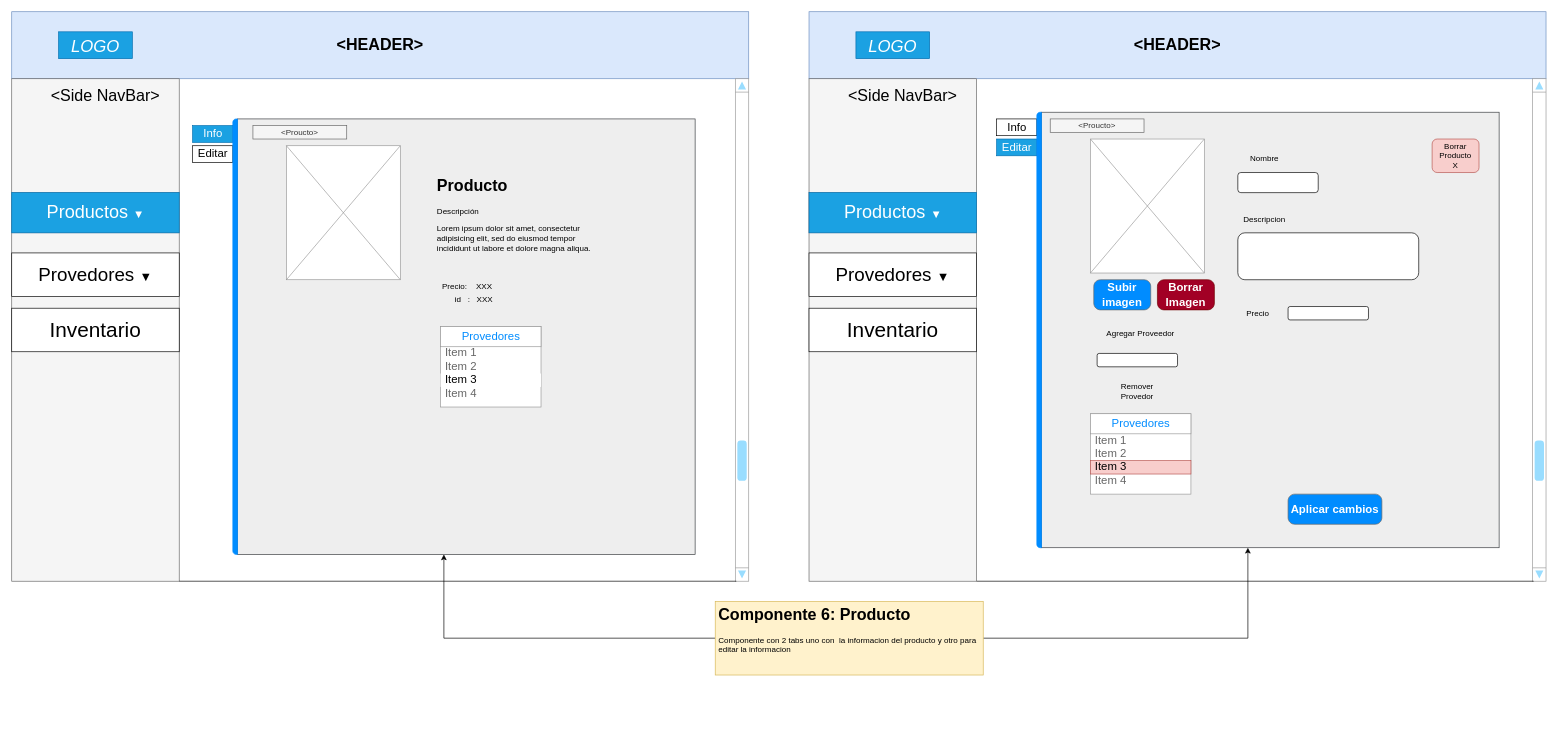
This is Producto Diagram.drawio from EddyCeti/JarabeProject, a draw.io file, before an edit. Source tidied: cells renumbered, new cells numbered last; positions are measured from the earlier drawing's top-left corner, leaving out a move shared by most shapes. Both pictures are drawn from the tidied source at 67%, with x=0, y=0 at pixel (11, 11).
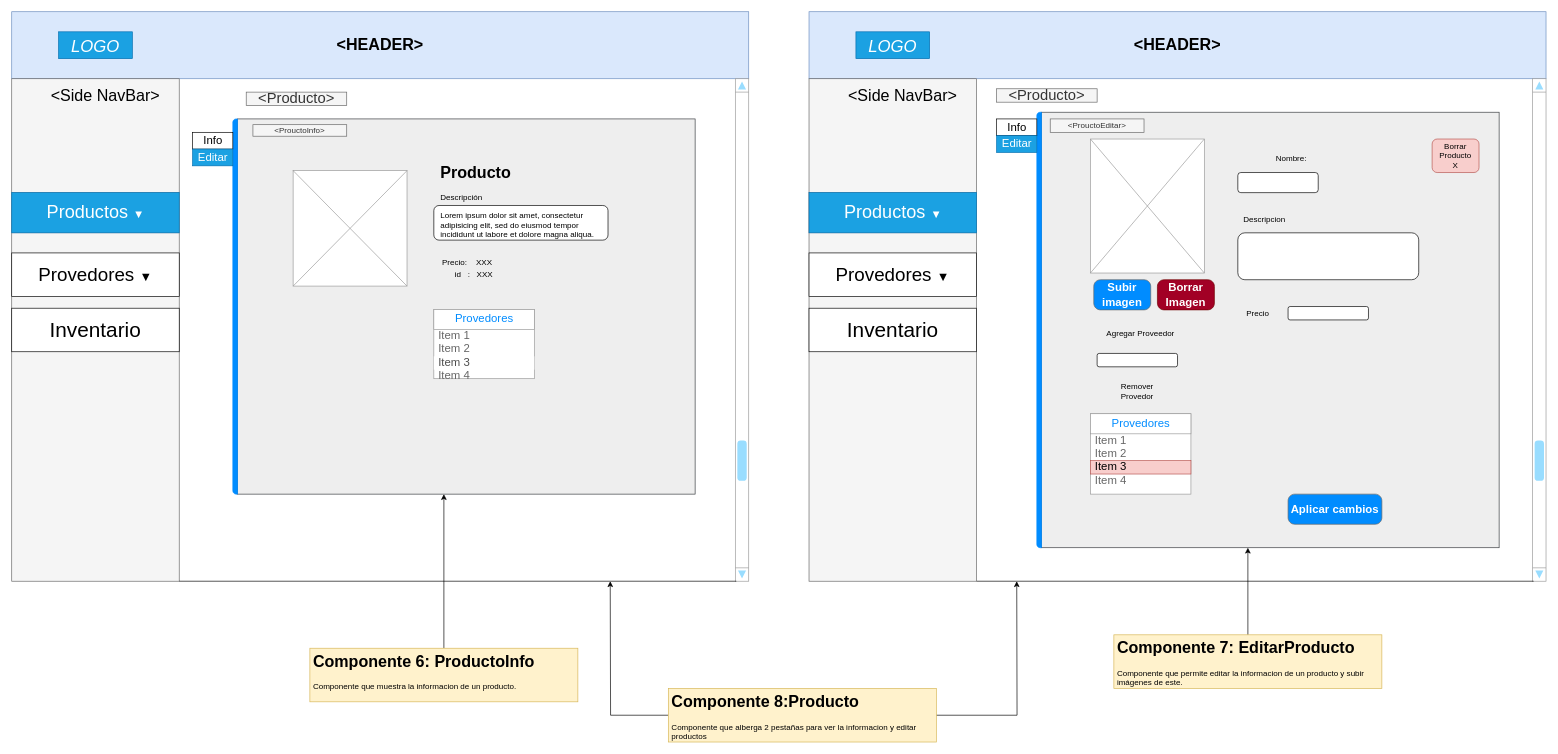
The same page after the edit.

Unchanged cells that the change refers to:
```xml
<mxCell id="37" style="strokeWidth=1;shadow=0;dashed=0;align=center;html=1;shape=mxgraph.mockup.containers.marginRect2;rectMarginLeft=67;strokeColor=#36393d;fillColor=#eeeeee;" parent="1" vertex="1">
  <mxGeometry x="1470" y="150" width="750" height="650" as="geometry" />
</mxCell>
```

Change to the diagram source:
```diff
@@
     <mxCell id="12" style="strokeWidth=1;shadow=0;dashed=0;align=center;html=1;shape=mxgraph.mockup.containers.marginRect2;rectMarginLeft=67;strokeColor=#36393d;fillColor=#eeeeee;" parent="1" vertex="1">
-      <mxGeometry x="270" y="160" width="750" height="650" as="geometry" />
+      <mxGeometry x="270" y="160" width="750" height="560" as="geometry" />
     </mxCell>
-    <mxCell id="13" value="Info" style="strokeColor=#006EAF;fillColor=#1ba1e2;strokeWidth=1;shadow=0;dashed=0;align=center;html=1;shape=mxgraph.mockup.containers.rrect;rSize=0;fontSize=17;fontColor=#ffffff;" parent="12" vertex="1">
-      <mxGeometry width="60" height="25" relative="1" as="geometry">
-        <mxPoint y="10" as="offset" />
-      </mxGeometry>
-    </mxCell>
-    <mxCell id="14" value="Editar" style="strokeWidth=1;shadow=0;dashed=0;align=center;html=1;shape=mxgraph.mockup.containers.rrect;rSize=0;fontSize=17;" parent="12" vertex="1">
-      <mxGeometry width="60" height="25" relative="1" as="geometry">
-        <mxPoint y="40" as="offset" />
-      </mxGeometry>
-    </mxCell>
+    <mxCell id="65" style="rounded=1;whiteSpace=wrap;html=1;" parent="12" vertex="1">
+      <mxGeometry x="360" y="129.2" width="260" height="51.7" as="geometry" />
+    </mxCell>
     <mxCell id="15" style="strokeWidth=1;shadow=0;dashed=0;align=center;html=1;shape=mxgraph.mockup.containers.leftButton;rSize=5;strokeColor=#008cff;fillColor=#008cff;" parent="12" vertex="1">
-      <mxGeometry width="7" height="650" relative="1" as="geometry">
+      <mxGeometry width="7" height="560" relative="1" as="geometry">
         <mxPoint x="60" as="offset" />
       </mxGeometry>
     </mxCell>
     <mxCell id="16" style="verticalLabelPosition=bottom;shadow=0;dashed=0;align=center;html=1;verticalAlign=top;strokeWidth=1;shape=mxgraph.mockup.graphics.simpleIcon;strokeColor=#999999;" parent="12" vertex="1">
-      <mxGeometry x="140" y="40" width="170" height="200" as="geometry" />
+      <mxGeometry x="150" y="77.2" width="170" height="172.3" as="geometry" />
     </mxCell>
     <mxCell id="17" value="&lt;h1&gt;Producto&lt;/h1&gt;&lt;p&gt;Descripción&lt;/p&gt;&lt;p&gt;Lorem ipsum dolor sit amet, consectetur adipisicing elit, sed do eiusmod tempor incididunt ut labore et dolore magna aliqua.&lt;/p&gt;" style="text;html=1;strokeColor=none;fillColor=none;spacing=5;spacingTop=-20;whiteSpace=wrap;overflow=hidden;rounded=0;" parent="12" vertex="1">
-      <mxGeometry x="360" y="80" width="250" height="140" as="geometry" />
+      <mxGeometry x="365" y="60.3" width="250" height="120.6" as="geometry" />
     </mxCell>
     <mxCell id="18" value="Precio:&amp;nbsp;&amp;nbsp;&amp;nbsp; XXX" style="text;html=1;strokeColor=none;fillColor=none;align=center;verticalAlign=middle;whiteSpace=wrap;rounded=0;" parent="12" vertex="1">
-      <mxGeometry x="360" y="240" width="100" height="20" as="geometry" />
+      <mxGeometry x="360" y="206.8" width="100" height="17.2" as="geometry" />
     </mxCell>
     <mxCell id="19" value="id&amp;nbsp;&amp;nbsp; :&amp;nbsp;&amp;nbsp; XXX" style="text;html=1;strokeColor=none;fillColor=none;align=center;verticalAlign=middle;whiteSpace=wrap;rounded=0;" parent="12" vertex="1">
-      <mxGeometry x="370" y="260" width="100" height="20" as="geometry" />
+      <mxGeometry x="370" y="224" width="100" height="17.2" as="geometry" />
     </mxCell>
+    <mxCell id="26" value="&amp;lt;ProuctoInfo&amp;gt;" style="text;html=1;strokeColor=#666666;fillColor=#f5f5f5;align=center;verticalAlign=middle;whiteSpace=wrap;rounded=0;fontColor=#333333;" parent="12" vertex="1">
+      <mxGeometry x="90" y="8.6" width="140" height="17.2" as="geometry" />
+    </mxCell>
     <mxCell id="20" style="strokeWidth=1;shadow=0;dashed=0;align=center;html=1;shape=mxgraph.mockup.forms.rrect;rSize=0;strokeColor=#999999;fillColor=#ffffff;" parent="12" vertex="1">
-      <mxGeometry x="370" y="310" width="150" height="120" as="geometry" />
+      <mxGeometry x="360" y="284.3" width="150" height="103.4" as="geometry" />
     </mxCell>
@@
-    <mxCell id="24" value="Item 3" style="strokeWidth=1;shadow=0;dashed=0;align=center;html=1;shape=mxgraph.mockup.forms.rrect;rSize=0;fontSize=17;align=left;spacingLeft=5;strokeColor=none;" parent="20" vertex="1">
+    <mxCell id="24" value="&lt;font color=&quot;#4D4D4D&quot;&gt;Item 3&lt;/font&gt;" style="strokeWidth=1;shadow=0;dashed=0;align=center;html=1;shape=mxgraph.mockup.forms.rrect;rSize=0;fontSize=17;align=left;spacingLeft=5;strokeColor=none;" parent="20" vertex="1">
       <mxGeometry width="150" height="20" relative="1" as="geometry">
         <mxPoint y="70" as="offset" />
       </mxGeometry>
     </mxCell>
@@
-    <mxCell id="26" value="&amp;lt;Proucto&amp;gt;" style="text;html=1;strokeColor=#666666;fillColor=#f5f5f5;align=center;verticalAlign=middle;whiteSpace=wrap;rounded=0;fontColor=#333333;" parent="12" vertex="1">
-      <mxGeometry x="90" y="10" width="140" height="20" as="geometry" />
-    </mxCell>
@@
-    <mxCell id="38" value="Info" style="strokeWidth=1;shadow=0;dashed=0;align=center;html=1;shape=mxgraph.mockup.containers.rrect;rSize=0;fontSize=17;" parent="37" vertex="1">
-      <mxGeometry width="60" height="25" relative="1" as="geometry">
-        <mxPoint y="10" as="offset" />
-      </mxGeometry>
-    </mxCell>
-    <mxCell id="39" value="Editar" style="strokeWidth=1;shadow=0;dashed=0;align=center;html=1;shape=mxgraph.mockup.containers.rrect;rSize=0;fontSize=17;fillColor=#1ba1e2;strokeColor=#006EAF;fontColor=#ffffff;" parent="37" vertex="1">
-      <mxGeometry width="60" height="25" relative="1" as="geometry">
-        <mxPoint y="40" as="offset" />
-      </mxGeometry>
-    </mxCell>
@@
-    <mxCell id="44" value="Nombre" style="text;html=1;strokeColor=none;fillColor=none;align=center;verticalAlign=middle;whiteSpace=wrap;rounded=0;" parent="37" vertex="1">
-      <mxGeometry x="360" y="60" width="80" height="20" as="geometry" />
+    <mxCell id="44" value="Nombre: " style="text;html=1;strokeColor=none;fillColor=none;align=center;verticalAlign=middle;whiteSpace=wrap;rounded=0;" parent="37" vertex="1">
+      <mxGeometry x="360" y="60" width="160" height="20" as="geometry" />
     </mxCell>
@@
-    <mxCell id="61" value="&amp;lt;Proucto&amp;gt;" style="text;html=1;strokeColor=#666666;fillColor=#f5f5f5;align=center;verticalAlign=middle;whiteSpace=wrap;rounded=0;fontColor=#333333;" parent="37" vertex="1">
+    <mxCell id="61" value="&amp;lt;ProuctoEditar&amp;gt;" style="text;html=1;strokeColor=#666666;fillColor=#f5f5f5;align=center;verticalAlign=middle;whiteSpace=wrap;rounded=0;fontColor=#333333;" parent="37" vertex="1">
       <mxGeometry x="80" y="10" width="140" height="20" as="geometry" />
     </mxCell>
@@
-    <mxCell id="63" style="edgeStyle=orthogonalEdgeStyle;rounded=0;jettySize=auto;html=1;" parent="1" edge="1" source="64" target="37">
-      <mxGeometry relative="1" as="geometry" />
-    </mxCell>
-    <mxCell id="64" value="&lt;h1&gt;Componente 6: Producto &lt;br&gt;&lt;/h1&gt;&lt;p&gt;Componente con 2 tabs uno con&amp;nbsp; la informacion del producto y otro para editar la informacion &lt;br&gt;&lt;/p&gt;&lt;p&gt;&lt;br&gt;&lt;/p&gt;&lt;p&gt;&lt;br&gt;&lt;/p&gt;&lt;p&gt;&lt;br&gt;&lt;/p&gt;&lt;p&gt;&lt;br&gt;&lt;/p&gt;" style="text;html=1;strokeColor=#d6b656;fillColor=#fff2cc;spacing=5;spacingTop=-20;whiteSpace=wrap;overflow=hidden;rounded=0;" parent="1" vertex="1">
-      <mxGeometry x="1050" y="880" width="400" height="110" as="geometry" />
+    <mxCell id="64" value="&lt;h1&gt;Componente 6: ProductoInfo&lt;br&gt;&lt;/h1&gt;&lt;p&gt;Componente que muestra la informacion de un producto.&lt;br&gt;&lt;/p&gt;&lt;p&gt;&lt;br&gt;&lt;/p&gt;&lt;p&gt;&lt;br&gt;&lt;/p&gt;&lt;p&gt;&lt;br&gt;&lt;/p&gt;&lt;p&gt;&lt;br&gt;&lt;/p&gt;" style="text;html=1;strokeColor=#d6b656;fillColor=#fff2cc;spacing=5;spacingTop=-20;whiteSpace=wrap;overflow=hidden;rounded=0;" parent="1" vertex="1">
+      <mxGeometry x="445" y="950" width="400" height="80" as="geometry" />
     </mxCell>
+    <mxCell id="66" style="edgeStyle=orthogonalEdgeStyle;rounded=0;jettySize=auto;html=1;" parent="1" edge="1" source="67" target="37">
+      <mxGeometry relative="1" as="geometry" />
+    </mxCell>
+    <mxCell id="67" value="&lt;h1&gt;Componente 7: EditarProducto &lt;br&gt;&lt;/h1&gt;&lt;p&gt;Componente que permite editar la informacion de un producto y subir imágenes de este.&lt;/p&gt;&lt;p&gt;&lt;br&gt;&lt;/p&gt;&lt;p&gt;&lt;br&gt;&lt;/p&gt;&lt;p&gt;&lt;br&gt;&lt;/p&gt;&lt;p&gt;&lt;br&gt;&lt;/p&gt;&lt;p&gt;&lt;br&gt;&lt;/p&gt;" style="text;html=1;strokeColor=#d6b656;fillColor=#fff2cc;spacing=5;spacingTop=-20;whiteSpace=wrap;overflow=hidden;rounded=0;" parent="1" vertex="1">
+      <mxGeometry x="1645" y="930" width="400" height="80" as="geometry" />
+    </mxCell>
+    <mxCell id="68" value="Info" style="strokeWidth=1;shadow=0;dashed=0;align=center;html=1;shape=mxgraph.mockup.containers.rrect;rSize=0;fontSize=17;" parent="1" vertex="1">
+      <mxGeometry x="1470" y="160" width="60" height="25" as="geometry" />
+    </mxCell>
+    <mxCell id="69" value="Editar" style="strokeWidth=1;shadow=0;dashed=0;align=center;html=1;shape=mxgraph.mockup.containers.rrect;rSize=0;fontSize=17;fillColor=#1ba1e2;strokeColor=#006EAF;fontColor=#ffffff;" parent="1" vertex="1">
+      <mxGeometry x="1470" y="185" width="60" height="25" as="geometry" />
+    </mxCell>
+    <mxCell id="70" value="Info" style="strokeWidth=1;shadow=0;dashed=0;align=center;html=1;shape=mxgraph.mockup.containers.rrect;rSize=0;fontSize=17;" parent="1" vertex="1">
+      <mxGeometry x="270" y="180" width="60" height="25" as="geometry" />
+    </mxCell>
+    <mxCell id="71" value="Editar" style="strokeWidth=1;shadow=0;dashed=0;align=center;html=1;shape=mxgraph.mockup.containers.rrect;rSize=0;fontSize=17;fillColor=#1ba1e2;strokeColor=#006EAF;fontColor=#ffffff;" parent="1" vertex="1">
+      <mxGeometry x="270" y="205" width="60" height="25" as="geometry" />
+    </mxCell>
+    <mxCell id="72" style="edgeStyle=orthogonalEdgeStyle;rounded=0;jettySize=auto;html=1;" parent="1" edge="1" source="74">
+      <mxGeometry relative="1" as="geometry">
+        <mxPoint x="1500" y="850" as="targetPoint" />
+      </mxGeometry>
+    </mxCell>
+    <mxCell id="73" style="edgeStyle=orthogonalEdgeStyle;rounded=0;jettySize=auto;html=1;" parent="1" edge="1" source="74">
+      <mxGeometry relative="1" as="geometry">
+        <mxPoint x="893.3" y="850" as="targetPoint" />
+      </mxGeometry>
+    </mxCell>
+    <mxCell id="74" value="&lt;h1&gt;Componente 8:Producto &lt;br&gt;&lt;/h1&gt;&lt;p&gt;Componente que alberga 2 pestañas para ver la informacion y editar productos&lt;br&gt;&lt;/p&gt;&lt;p&gt;&lt;br&gt;&lt;/p&gt;&lt;p&gt;&lt;br&gt;&lt;/p&gt;&lt;p&gt;&lt;br&gt;&lt;/p&gt;&lt;p&gt;&lt;br&gt;&lt;/p&gt;" style="text;html=1;strokeColor=#d6b656;fillColor=#fff2cc;spacing=5;spacingTop=-20;whiteSpace=wrap;overflow=hidden;rounded=0;" parent="1" vertex="1">
+      <mxGeometry x="980" y="1010" width="400" height="80" as="geometry" />
+    </mxCell>
+    <mxCell id="75" value="&lt;font style=&quot;font-size: 22px&quot;&gt;&amp;lt;Producto&amp;gt;&lt;/font&gt;" style="text;html=1;strokeColor=#666666;fillColor=#f5f5f5;align=center;verticalAlign=middle;whiteSpace=wrap;rounded=0;fontColor=#333333;" parent="1" vertex="1">
+      <mxGeometry x="350" y="120" width="150" height="20" as="geometry" />
+    </mxCell>
+    <mxCell id="76" value="&lt;font style=&quot;font-size: 22px&quot;&gt;&amp;lt;Producto&amp;gt;&lt;/font&gt;" style="text;html=1;strokeColor=#666666;fillColor=#f5f5f5;align=center;verticalAlign=middle;whiteSpace=wrap;rounded=0;fontColor=#333333;" parent="1" vertex="1">
+      <mxGeometry x="1470" y="115" width="150" height="20" as="geometry" />
+    </mxCell>
```
